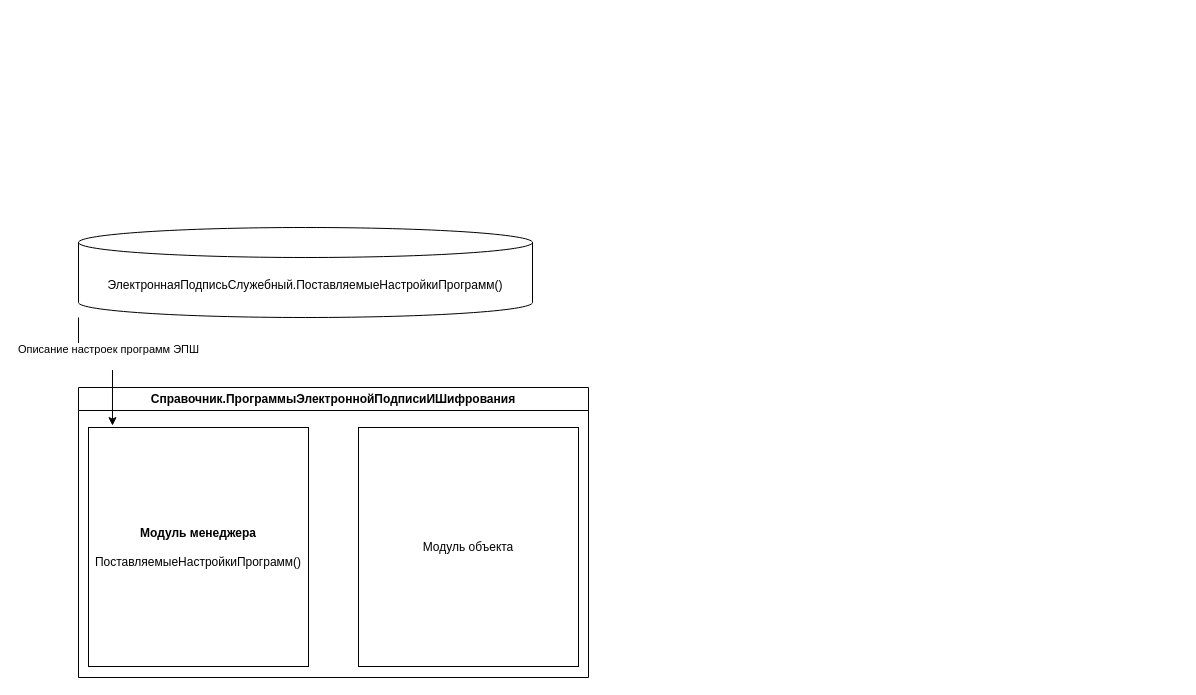
Earlier version of the draw.io diagram Диаграмма без названия.drawio (omega-zapad/Drawio). Source tidied: cells renumbered, new cells numbered last; positions are measured from the earlier drawing's top-left corner, leaving out a move shared by most shapes. Both pictures are drawn from the tidied source at 100%, with x=0, y=0 at pixel (78, 227).
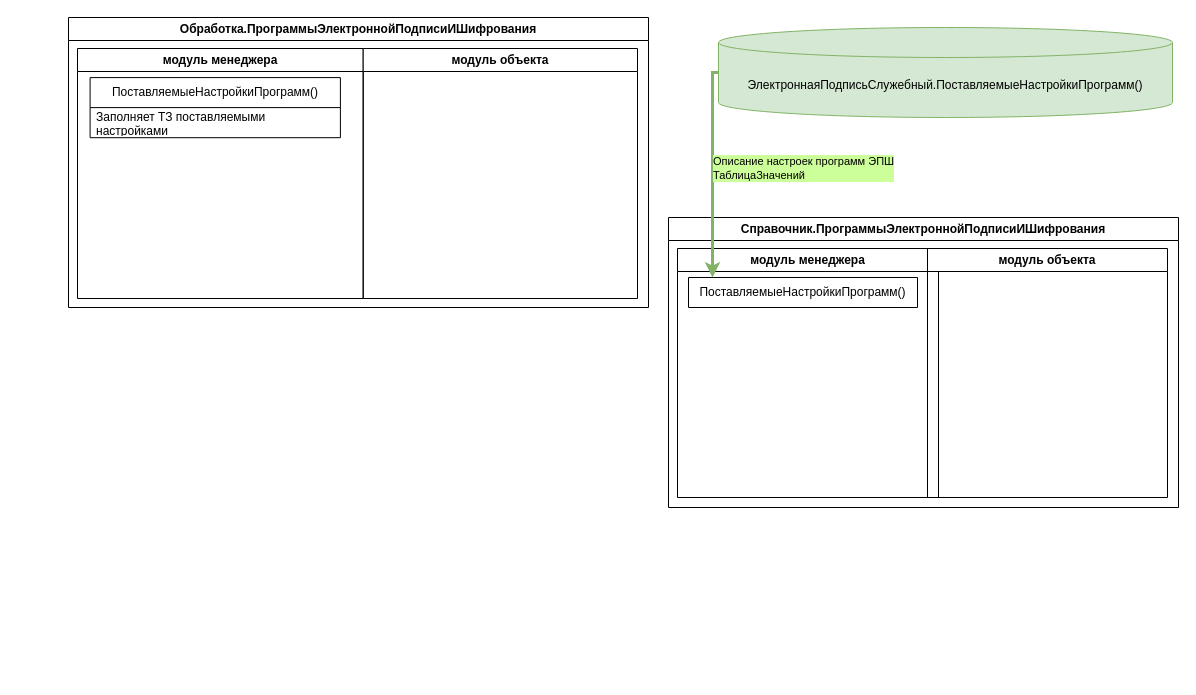
After the change.

The edit, as a diff of the source:
```diff
@@
 <mxGraphModel>
   <root>
     <mxCell id="0" />
     <mxCell id="1" parent="0" />
-    <mxCell id="2" value="ЭлектроннаяПодписьСлужебный.ПоставляемыеНастройкиПрограмм()" style="shape=cylinder3;whiteSpace=wrap;html=1;boundedLbl=1;backgroundOutline=1;size=15;" parent="1" vertex="1">
-      <mxGeometry width="454" height="90" as="geometry" />
+    <mxCell id="2" value="ЭлектроннаяПодписьСлужебный.ПоставляемыеНастройкиПрограмм()" style="shape=cylinder3;whiteSpace=wrap;html=1;boundedLbl=1;backgroundOutline=1;size=15;fillColor=#d5e8d4;strokeColor=#82b366;" parent="1" vertex="1">
+      <mxGeometry x="640" y="-200" width="454" height="90" as="geometry" />
     </mxCell>
     <mxCell id="3" value="Справочник.ПрограммыЭлектроннойПодписиИШифрования" style="swimlane;whiteSpace=wrap;html=1;" parent="1" vertex="1">
-      <mxGeometry y="160" width="510" height="290" as="geometry" />
+      <mxGeometry x="590" y="-10" width="510" height="290" as="geometry" />
     </mxCell>
-    <mxCell id="4" value="Модуль объекта" style="whiteSpace=wrap;html=1;" parent="3" vertex="1">
-      <mxGeometry x="280" y="40" width="220" height="239" as="geometry" />
-    </mxCell>
+    <mxCell id="8" style="group;" parent="3" vertex="1">
+      <mxGeometry x="9" y="31" width="490" height="249" as="geometry" />
+    </mxCell>
+    <mxCell id="9" value="модуль менеджера" style="swimlane;whiteSpace=wrap;html=1;" parent="8" vertex="1">
+      <mxGeometry width="261" height="249" as="geometry" />
+    </mxCell>
+    <mxCell id="10" value="ПоставляемыеНастройкиПрограмм()" style="swimlane;fontStyle=0;horizontal=1;startSize=30;whiteSpace=wrap;html=1;" parent="9" vertex="1" collapsed="1">
+      <mxGeometry x="11" y="29" width="229" height="30" as="geometry" />
+    </mxCell>
+    <mxCell id="11" value="модуль объекта" style="swimlane;whiteSpace=wrap;html=1;" parent="8" vertex="1">
+      <mxGeometry x="250" width="240" height="249" as="geometry" />
+    </mxCell>
-    <mxCell id="5" style="edgeStyle=orthogonalEdgeStyle;rounded=0;jettySize=auto;html=1;entryX=0.109;entryY=-0.008;entryDx=0;entryDy=0;entryPerimeter=0;" parent="1" edge="1" source="2" target="7">
+    <mxCell id="5" style="edgeStyle=orthogonalEdgeStyle;rounded=0;jettySize=auto;html=1;fillColor=#d5e8d4;strokeColor=#82b366;strokeWidth=3;exitX=0;exitY=0.5;exitDx=0;exitDy=0;exitPerimeter=0;" parent="1" edge="1" source="2" target="10">
       <mxGeometry relative="1" as="geometry">
         <Array as="points">
-          <mxPoint y="120" />
-          <mxPoint x="30" y="120" />
-          <mxPoint x="30" y="130" />
-          <mxPoint x="34" y="130" />
+          <mxPoint x="634" y="-155" />
         </Array>
       </mxGeometry>
     </mxCell>
-    <mxCell id="6" value="Описание настроек программ ЭПШ&lt;div&gt;&lt;br&gt;&lt;/div&gt;" style="edgeLabel;html=1;align=center;verticalAlign=middle;" parent="5" vertex="1">
+    <mxCell id="6" value="Описание настроек программ ЭПШ&lt;div&gt;ТаблицаЗначений&lt;br&gt;&lt;/div&gt;" style="edgeLabel;html=1;align=left;verticalAlign=middle;labelBackgroundColor=#CCFF99;" parent="5" vertex="1">
       <mxGeometry x="-0.04" y="-1" relative="1" as="geometry" />
     </mxCell>
-    <mxCell id="7" value="&lt;b&gt;Модуль менеджера&lt;/b&gt;&lt;div&gt;&lt;b&gt;&lt;br&gt;&lt;/b&gt;&lt;div&gt;&amp;nbsp;ПоставляемыеНастройкиПрограмм()&amp;nbsp;&lt;br&gt;&lt;/div&gt;&lt;/div&gt;" style="whiteSpace=wrap;html=1;" parent="1" vertex="1">
-      <mxGeometry x="10" y="200" width="220" height="239" as="geometry" />
-    </mxCell>
+    <mxCell id="12" value="Обработка.ПрограммыЭлектроннойПодписиИШифрования" style="swimlane;whiteSpace=wrap;html=1;" parent="1" vertex="1">
+      <mxGeometry x="-10" y="-210" width="580" height="290" as="geometry" />
+    </mxCell>
+    <mxCell id="13" style="group;" parent="12" vertex="1">
+      <mxGeometry x="9" y="31" width="560" height="250" as="geometry" />
+    </mxCell>
+    <mxCell id="14" style="group;" parent="13" vertex="1">
+      <mxGeometry width="560" height="250" as="geometry" />
+    </mxCell>
+    <mxCell id="15" value="модуль менеджера" style="swimlane;whiteSpace=wrap;html=1;" parent="14" vertex="1">
+      <mxGeometry width="285.7" height="250" as="geometry" />
+    </mxCell>
+    <mxCell id="16" value="ПоставляемыеНастройкиПрограмм()" style="swimlane;fontStyle=0;horizontal=1;startSize=30;whiteSpace=wrap;html=1;" parent="15" vertex="1">
+      <mxGeometry x="12.6" y="29.1" width="250.3" height="60.1" as="geometry" />
+    </mxCell>
+    <mxCell id="17" value="Заполняет ТЗ поставляемыми настройками" style="text;strokeColor=none;fillColor=none;align=left;verticalAlign=middle;spacingLeft=4;spacingRight=4;overflow=hidden;whiteSpace=wrap;html=1;" parent="16" vertex="1">
+      <mxGeometry y="30" width="250.3" height="30.1" as="geometry" />
+    </mxCell>
+    <mxCell id="18" value="модуль объекта" style="swimlane;whiteSpace=wrap;html=1;" parent="14" vertex="1">
+      <mxGeometry x="285.7" width="274.3" height="250" as="geometry" />
+    </mxCell>
   </root>
 </mxGraphModel>
```
